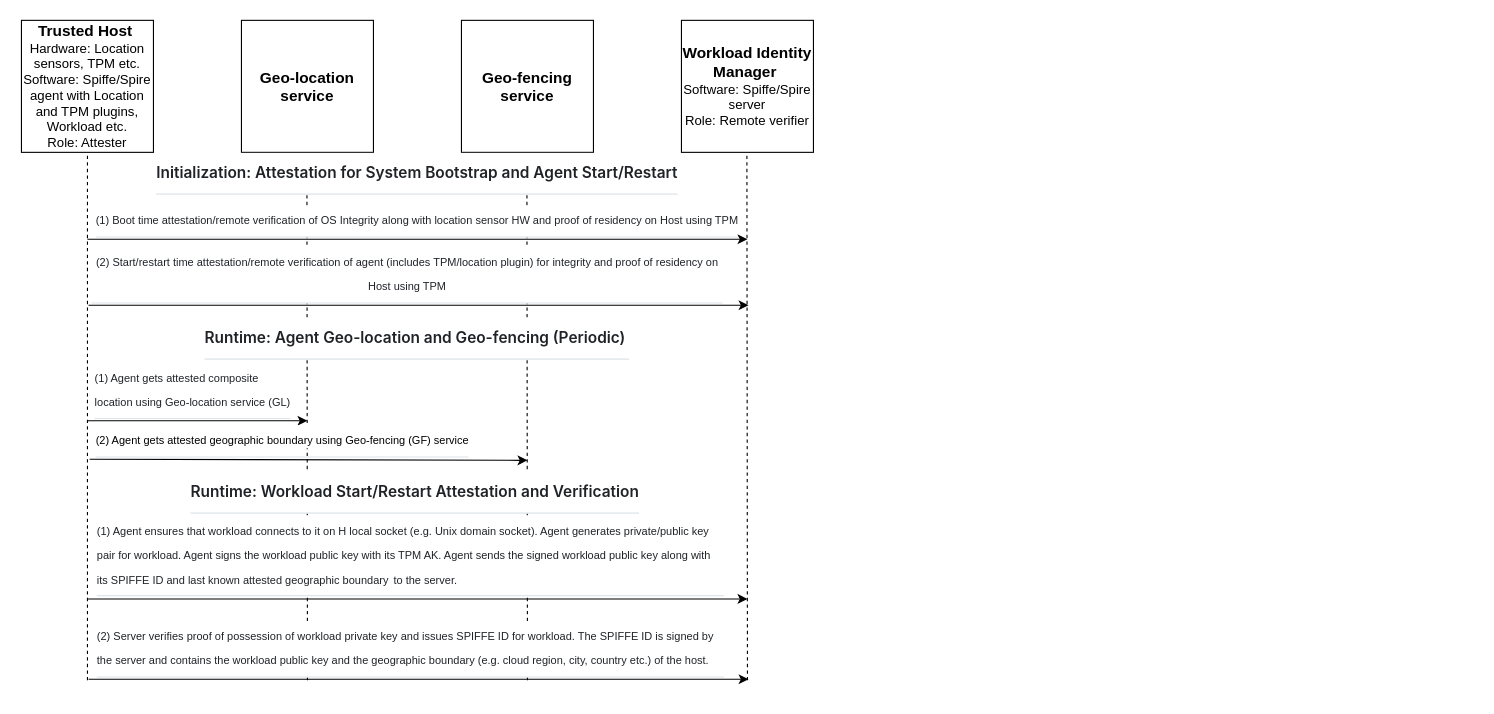
nedmsmith/draft-klspa-wimse-verifiable-geo-fence keeps this draw.io diagram as pictures/end-to-end-flow.drawio. Above is the earlier version. Source tidied: cells renumbered, new cells numbered last; positions are measured from the earlier drawing's top-left corner, leaving out a move shared by most shapes. Both pictures are drawn from the tidied source at 110%, with x=0, y=0 at pixel (19, 20).
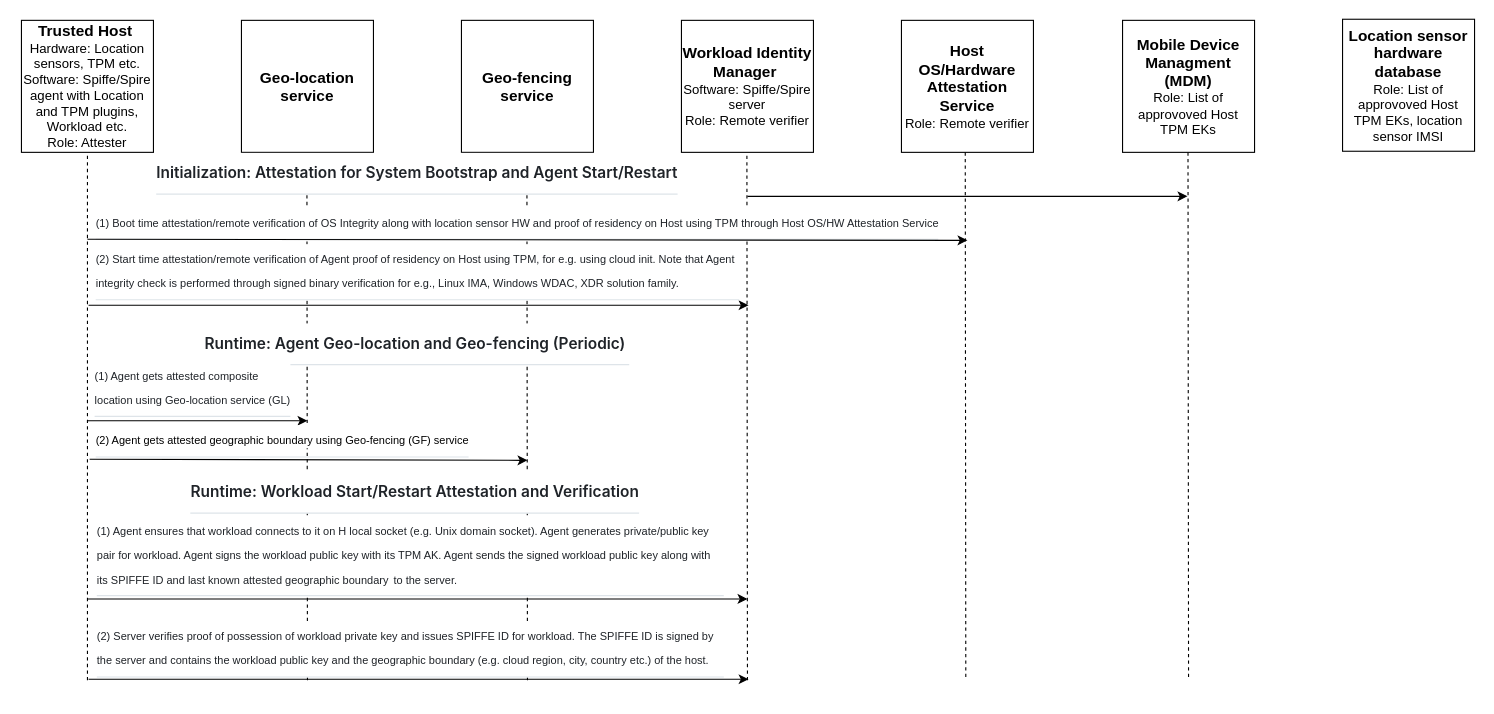
After the change.

What changed in the source:
```diff
@@
-    <mxCell id="11" value="&lt;font style=&quot;font-size: 10px;&quot;&gt;&amp;nbsp;&lt;/font&gt;&lt;h2 style=&quot;box-sizing: border-box; margin-top: 24px; margin-bottom: 16px; line-height: 1.25; padding-bottom: 0.3em; border-bottom: 1px solid rgba(209, 217, 224, 0.7); color: rgb(31, 35, 40); background-color: rgb(255, 255, 255);&quot; dir=&quot;auto&quot; class=&quot;heading-element&quot; tabindex=&quot;-1&quot;&gt;&lt;span style=&quot;font-weight: normal;&quot;&gt;&lt;font face=&quot;Helvetica&quot; style=&quot;font-size: 10px;&quot;&gt;(1) Boot time a&lt;font style=&quot;&quot;&gt;ttestation/remote verification of OS Integrity along with location sensor HW and proof of residency on Host using TPM&lt;/font&gt;&lt;/font&gt;&lt;/span&gt;&lt;/h2&gt;" style="text;html=1;align=center;verticalAlign=middle;whiteSpace=wrap;rounded=0;" parent="1" vertex="1">
-      <mxGeometry x="62" y="157" width="600" height="30" as="geometry" />
+    <mxCell id="11" value="&lt;font style=&quot;font-size: 10px;&quot;&gt;&amp;nbsp;&lt;/font&gt;&lt;h2 tabindex=&quot;-1&quot; class=&quot;heading-element&quot; dir=&quot;auto&quot; style=&quot;box-sizing: border-box; margin-top: 24px; margin-bottom: 16px; line-height: 1.25; padding-bottom: 0.3em; border-bottom: 1px solid rgba(209, 217, 224, 0.7); color: rgb(31, 35, 40); background-color: rgb(255, 255, 255);&quot;&gt;&lt;span style=&quot;font-weight: normal;&quot;&gt;&lt;font style=&quot;font-size: 10px;&quot; face=&quot;Helvetica&quot;&gt;(1) Boot time a&lt;font style=&quot;&quot;&gt;ttestation/remote verification of OS Integrity along with location sensor HW and proof of residency on Host using TPM through Host OS/HW Attestation Service&lt;/font&gt;&lt;/font&gt;&lt;/span&gt;&lt;/h2&gt;" style="text;html=1;align=left;verticalAlign=middle;whiteSpace=wrap;rounded=0;" parent="1" vertex="1">
+      <mxGeometry x="68" y="159" width="774" height="30" as="geometry" />
     </mxCell>
     <mxCell id="12" style="endArrow=classic;html=1;rounded=0;" parent="1" edge="1">
       <mxGeometry relative="1" as="geometry">
         <mxPoint x="62" y="199" as="sourcePoint" />
-        <mxPoint x="662" y="199" as="targetPoint" />
+        <mxPoint x="862" y="200" as="targetPoint" />
       </mxGeometry>
     </mxCell>
@@
     <mxCell id="14" value="&lt;h1 tabindex=&quot;-1&quot; class=&quot;heading-element&quot; dir=&quot;auto&quot; style=&quot;box-sizing: border-box; margin: 24px 0px 16px; font-weight: 600; line-height: 1.25; padding-bottom: 0.3em; border-bottom: 1px solid rgba(209, 217, 224, 0.7); color: rgb(31, 35, 40); font-family: -apple-system, &amp;quot;system-ui&amp;quot;, &amp;quot;Segoe UI&amp;quot;, &amp;quot;Noto Sans&amp;quot;, Helvetica, Arial, sans-serif, &amp;quot;Apple Color Emoji&amp;quot;, &amp;quot;Segoe UI Emoji&amp;quot;; font-style: normal; font-variant-ligatures: normal; font-variant-caps: normal; letter-spacing: normal; orphans: 2; text-indent: 0px; text-transform: none; widows: 2; word-spacing: 0px; -webkit-text-stroke-width: 0px; white-space: normal; background-color: rgb(255, 255, 255); text-decoration-thickness: initial; text-decoration-style: initial; text-decoration-color: initial;&quot;&gt;&lt;font style=&quot;font-size: 14px;&quot;&gt;Runtime: Agent Geo-location and Geo-fencing (Periodic)&amp;nbsp;&lt;/font&gt;&lt;/h1&gt;" style="text;whiteSpace=wrap;html=1;align=center;" parent="1" vertex="1">
-      <mxGeometry x="2" y="240" width="720" height="22" as="geometry" />
+      <mxGeometry x="2" y="245" width="720" height="22" as="geometry" />
     </mxCell>
     <mxCell id="15" value="&lt;h2 style=&quot;box-sizing: border-box; margin-top: 24px; margin-bottom: 16px; line-height: 1.25; padding-bottom: 0.3em; border-bottom: 1px solid rgba(209, 217, 224, 0.7); color: rgb(31, 35, 40); text-align: start; background-color: rgb(255, 255, 255);&quot; dir=&quot;auto&quot; class=&quot;heading-element&quot; tabindex=&quot;-1&quot;&gt;&lt;span style=&quot;font-weight: normal;&quot;&gt;&lt;font face=&quot;Helvetica&quot; style=&quot;font-size: 10px;&quot;&gt;(1) Agent gets attested composite location using Geo-location service (GL)&lt;/font&gt;&lt;/span&gt;&lt;/h2&gt;" style="text;html=1;align=center;verticalAlign=middle;whiteSpace=wrap;rounded=0;" parent="1" vertex="1">
-      <mxGeometry x="68" y="332" width="180" height="1" as="geometry" />
+      <mxGeometry x="68" y="330" width="180" height="1" as="geometry" />
     </mxCell>
@@
-    <mxCell id="23" value="&lt;h2 style=&quot;box-sizing: border-box; margin-top: 24px; margin-bottom: 16px; line-height: 1.25; padding-bottom: 0.3em; border-bottom: 1px solid rgba(209, 217, 224, 0.7); color: rgb(31, 35, 40); background-color: rgb(255, 255, 255);&quot; dir=&quot;auto&quot; class=&quot;heading-element&quot; tabindex=&quot;-1&quot;&gt;&lt;font face=&quot;Helvetica&quot; style=&quot;font-size: 10px; font-weight: normal;&quot;&gt;(2) Start/restart time attestation/remote verification of agent (includes TPM/location plugin) for integrity and proof of residency on Host using TPM&lt;/font&gt;&lt;/h2&gt;" style="text;html=1;align=center;verticalAlign=middle;whiteSpace=wrap;rounded=0;" parent="1" vertex="1">
-      <mxGeometry x="65" y="219" width="576" height="18" as="geometry" />
+    <mxCell id="23" value="&lt;h2 style=&quot;box-sizing: border-box; margin-top: 24px; margin-bottom: 16px; line-height: 1.25; padding-bottom: 0.3em; border-bottom: 1px solid rgba(209, 217, 224, 0.7); color: rgb(31, 35, 40); background-color: rgb(255, 255, 255);&quot; dir=&quot;auto&quot; class=&quot;heading-element&quot; tabindex=&quot;-1&quot;&gt;&lt;font face=&quot;Helvetica&quot; style=&quot;font-size: 10px; font-weight: normal;&quot;&gt;(2) Start time attestation/remote verification of Agent proof of residency on Host using TPM, for e.g. using cloud init. Note that Agent integrity check is performed through signed binary verification for e.g., Linux IMA, Windows WDAC, XDR solution family.&lt;/font&gt;&lt;/h2&gt;" style="text;html=1;align=left;verticalAlign=middle;whiteSpace=wrap;rounded=0;" parent="1" vertex="1">
+      <mxGeometry x="68" y="216" width="587" height="18" as="geometry" />
     </mxCell>
@@
+    <mxCell id="25" value="&lt;span style=&quot;font-size: 14px;&quot;&gt;&lt;b&gt;Host OS/Hardware&lt;/b&gt;&lt;/span&gt;&lt;div&gt;&lt;span style=&quot;font-size: 14px;&quot;&gt;&lt;b&gt;Attestation Service&lt;/b&gt;&lt;/span&gt;&lt;/div&gt;&lt;div&gt;&lt;font style=&quot;font-size: 12px;&quot;&gt;Role: Remote verifier&lt;/font&gt;&lt;/div&gt;" style="rounded=0;whiteSpace=wrap;html=1;" parent="1" vertex="1">
+      <mxGeometry x="802" width="120" height="120" as="geometry" />
+    </mxCell>
+    <mxCell id="26" style="endArrow=none;dashed=1;html=1;rounded=0;" parent="1" edge="1">
+      <mxGeometry relative="1" as="geometry">
+        <mxPoint x="1063" y="597" as="sourcePoint" />
+        <mxPoint x="1062.5" y="117" as="targetPoint" />
+      </mxGeometry>
+    </mxCell>
+    <mxCell id="27" value="&lt;div&gt;&lt;font&gt;&lt;span style=&quot;font-size: 14px;&quot;&gt;&lt;b&gt;Mobile Device Managment (MDM)&lt;/b&gt;&lt;/span&gt;&lt;/font&gt;&lt;/div&gt;&lt;div&gt;&lt;font style=&quot;font-size: 12px;&quot;&gt;Role: List of approvoved Host TPM EKs&lt;/font&gt;&lt;/div&gt;" style="rounded=0;whiteSpace=wrap;html=1;" parent="1" vertex="1">
+      <mxGeometry x="1003" width="120" height="120" as="geometry" />
+    </mxCell>
+    <mxCell id="28" style="endArrow=classic;html=1;rounded=0;" parent="1" edge="1">
+      <mxGeometry relative="1" as="geometry">
+        <mxPoint x="662" y="160" as="sourcePoint" />
+        <mxPoint x="1062" y="160" as="targetPoint" />
+      </mxGeometry>
+    </mxCell>
+    <mxCell id="29" style="endArrow=none;dashed=1;html=1;rounded=0;" parent="1" edge="1">
+      <mxGeometry relative="1" as="geometry">
+        <mxPoint x="860.5" y="597" as="sourcePoint" />
+        <mxPoint x="860" y="117" as="targetPoint" />
+      </mxGeometry>
+    </mxCell>
+    <mxCell id="30" value="&lt;div&gt;&lt;font&gt;&lt;span style=&quot;font-size: 14px;&quot;&gt;&lt;b&gt;Location sensor hardware database&lt;/b&gt;&lt;/span&gt;&lt;/font&gt;&lt;/div&gt;&lt;div&gt;&lt;font style=&quot;font-size: 12px;&quot;&gt;Role: List of approvoved Host TPM EKs, location sensor IMSI&lt;/font&gt;&lt;/div&gt;" style="rounded=0;whiteSpace=wrap;html=1;" parent="1" vertex="1">
+      <mxGeometry x="1203" y="-1" width="120" height="120" as="geometry" />
+    </mxCell>
```
